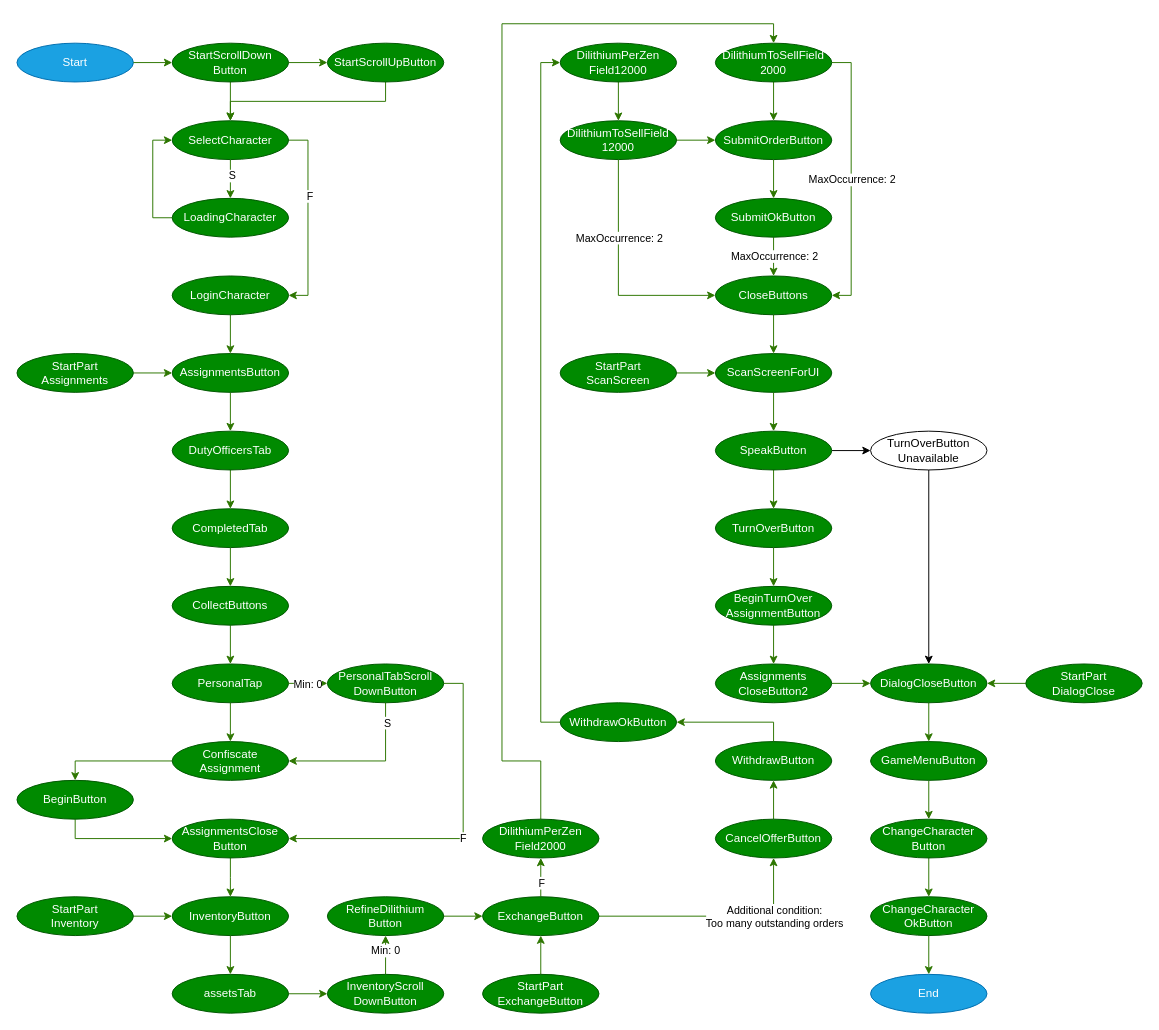
This is AutoFarmer.drawio from Tomaszon/AutoFarmer, a draw.io file, before an edit. Source tidied: cells renumbered, new cells numbered last; positions are measured from the earlier drawing's top-left corner, leaving out a move shared by most shapes. Both pictures are drawn from the tidied source at 97%, with x=0, y=0 at pixel (16, 23).
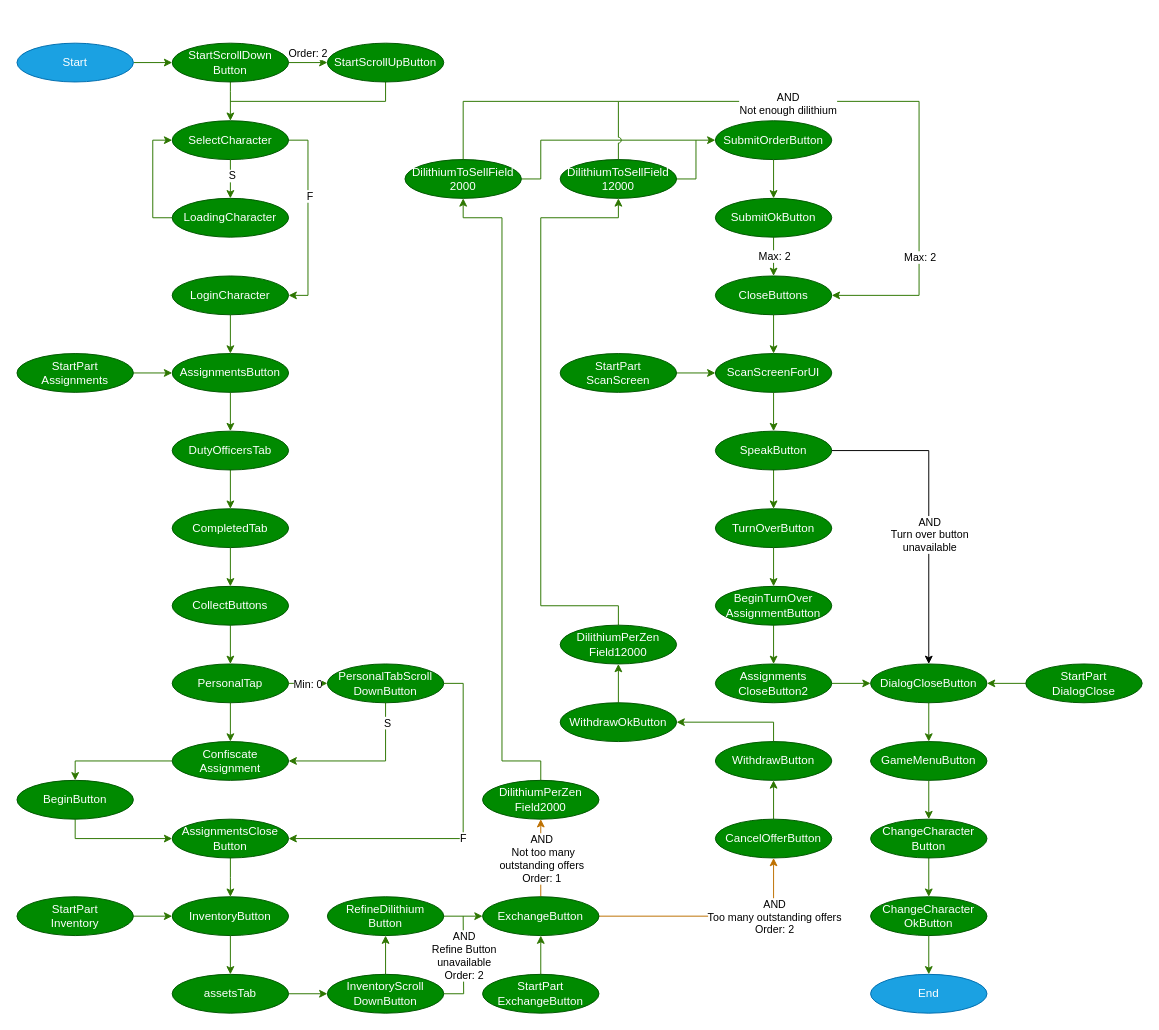
Above is the later version.

Unchanged cells that the change refers to:
```xml
<mxCell id="2" value="Start" style="ellipse;whiteSpace=wrap;html=1;fillColor=#1ba1e2;strokeColor=#006EAF;fontColor=#ffffff;strokeWidth=1;perimeterSpacing=0;" parent="1" vertex="1">
  <mxGeometry y="20" width="120" height="40" as="geometry" />
</mxCell>
<mxCell id="27" style="edgeStyle=orthogonalEdgeStyle;rounded=0;jettySize=auto;html=1;fillColor=#60a917;strokeColor=#2D7600;entryX=0.5;entryY=1;entryDx=0;entryDy=0;exitX=0.5;exitY=0;exitDx=0;exitDy=0;" parent="1" edge="1" source="29" target="31">
  <mxGeometry relative="1" as="geometry" />
</mxCell>
<mxCell id="29" value="InventoryScroll&lt;br&gt;DownButton" style="ellipse;whiteSpace=wrap;html=1;fillColor=#008a00;strokeColor=#005700;fontColor=#ffffff;" parent="1" vertex="1">
  <mxGeometry x="320" y="980" width="120" height="40" as="geometry" />
</mxCell>
<mxCell id="36" value="ExchangeButton" style="ellipse;whiteSpace=wrap;html=1;fillColor=#008a00;strokeColor=#005700;fontColor=#ffffff;" parent="1" vertex="1">
  <mxGeometry x="480" y="900" width="120" height="40" as="geometry" />
</mxCell>
<mxCell id="38" value="CancelOfferButton" style="ellipse;whiteSpace=wrap;html=1;fillColor=#008a00;strokeColor=#005700;fontColor=#ffffff;" parent="1" vertex="1">
  <mxGeometry x="720" y="820" width="120" height="40" as="geometry" />
</mxCell>
<mxCell id="42" value="WithdrawOkButton" style="ellipse;whiteSpace=wrap;html=1;fillColor=#008a00;strokeColor=#005700;fontColor=#ffffff;" parent="1" vertex="1">
  <mxGeometry x="560" y="700" width="120" height="40" as="geometry" />
</mxCell>
<mxCell id="49" value="SubmitOrderButton" style="ellipse;whiteSpace=wrap;html=1;fillColor=#008a00;strokeColor=#005700;fontColor=#ffffff;" parent="1" vertex="1">
  <mxGeometry x="720" y="100" width="120" height="40" as="geometry" />
</mxCell>
<mxCell id="50" style="edgeStyle=orthogonalEdgeStyle;rounded=0;jettySize=auto;html=1;exitX=0.5;exitY=1;exitDx=0;exitDy=0;fillColor=#60a917;strokeColor=#2D7600;" parent="1" edge="1" source="52" target="54">
  <mxGeometry relative="1" as="geometry" />
</mxCell>
<mxCell id="54" value="CloseButtons" style="ellipse;whiteSpace=wrap;html=1;fillColor=#008a00;strokeColor=#005700;fontColor=#ffffff;" parent="1" vertex="1">
  <mxGeometry x="720" y="260" width="120" height="40" as="geometry" />
</mxCell>
<mxCell id="59" value="SpeakButton" style="ellipse;whiteSpace=wrap;html=1;fillColor=#008a00;strokeColor=#005700;fontColor=#ffffff;" parent="1" vertex="1">
  <mxGeometry x="720" y="420" width="120" height="40" as="geometry" />
</mxCell>
<mxCell id="69" value="DialogCloseButton" style="ellipse;whiteSpace=wrap;html=1;fillColor=#008a00;strokeColor=#005700;fontColor=#ffffff;" parent="1" vertex="1">
  <mxGeometry x="880" y="660" width="120" height="40" as="geometry" />
</mxCell>
<mxCell id="77" style="edgeStyle=orthogonalEdgeStyle;rounded=0;jettySize=auto;html=1;fillColor=#60a917;strokeColor=#2D7600;" parent="1" edge="1" source="79" target="88">
  <mxGeometry relative="1" as="geometry" />
</mxCell>
<mxCell id="79" value="StartScrollDown&lt;br&gt;Button" style="ellipse;whiteSpace=wrap;html=1;fillColor=#008a00;strokeColor=#005700;fontColor=#ffffff;" parent="1" vertex="1">
  <mxGeometry x="160" y="20" width="120" height="40" as="geometry" />
</mxCell>
<mxCell id="84" value="SelectCharacter" style="ellipse;whiteSpace=wrap;html=1;fillColor=#008a00;strokeColor=#005700;fontColor=#ffffff;" parent="1" vertex="1">
  <mxGeometry x="160" y="100" width="120" height="40" as="geometry" />
</mxCell>
<mxCell id="88" value="StartScrollUpButton" style="ellipse;whiteSpace=wrap;html=1;fillColor=#008a00;strokeColor=#005700;fontColor=#ffffff;" parent="1" vertex="1">
  <mxGeometry x="320" y="20" width="120" height="40" as="geometry" />
</mxCell>
```

The edit, as a diff of the source:
```diff
@@
+    <mxCell id="89" style="edgeStyle=orthogonalEdgeStyle;rounded=0;jumpStyle=arc;jettySize=auto;html=1;entryX=0;entryY=0.5;entryDx=0;entryDy=0;endArrow=classic;endFill=1;fillColor=#60a917;strokeColor=#2D7600;" parent="1" edge="1" source="2" target="79">
+      <mxGeometry relative="1" as="geometry" />
+    </mxCell>
@@
-    <mxCell id="28" value="Min: 0" style="edgeLabel;html=1;align=center;verticalAlign=middle;" parent="27" vertex="1">
-      <mxGeometry x="0.25" y="1" relative="1" as="geometry" />
-    </mxCell>
+    <mxCell id="111" style="edgeStyle=orthogonalEdgeStyle;rounded=0;jettySize=auto;html=1;fillColor=#60a917;strokeColor=#2D7600;endArrow=none;endFill=0;" parent="1" edge="1" source="29">
+      <mxGeometry x="0.2" relative="1" as="geometry">
+        <mxPoint x="460" y="920" as="targetPoint" />
+      </mxGeometry>
+    </mxCell>
+    <mxCell id="112" value="AND&lt;br&gt;Refine Button&lt;br&gt;unavailable&lt;br&gt;Order: 2" style="edgeLabel;html=1;align=center;verticalAlign=middle;" parent="111" vertex="1">
+      <mxGeometry x="0.01" y="2" relative="1" as="geometry">
+        <mxPoint x="2" y="-9.2" as="offset" />
+      </mxGeometry>
+    </mxCell>
@@
-    <mxCell id="32" style="edgeStyle=orthogonalEdgeStyle;rounded=0;jettySize=auto;html=1;fillColor=#60a917;strokeColor=#2D7600;" parent="1" edge="1" source="36" target="44">
+    <mxCell id="32" style="edgeStyle=orthogonalEdgeStyle;rounded=0;jettySize=auto;html=1;fillColor=#f0a30a;strokeColor=#BD7000;" parent="1" edge="1" source="36" target="44">
       <mxGeometry relative="1" as="geometry" />
     </mxCell>
-    <mxCell id="33" value="F" style="edgeLabel;html=1;align=center;verticalAlign=middle;" parent="32" vertex="1">
-      <mxGeometry x="-0.25" relative="1" as="geometry" />
+    <mxCell id="33" value="AND&lt;br&gt;&amp;nbsp;Not too many &lt;br&gt;outstanding offers&lt;br&gt;Order: 1" style="edgeLabel;html=1;align=center;verticalAlign=middle;" parent="32" vertex="1">
+      <mxGeometry x="-0.25" relative="1" as="geometry">
+        <mxPoint y="-10" as="offset" />
+      </mxGeometry>
     </mxCell>
-    <mxCell id="34" style="edgeStyle=orthogonalEdgeStyle;rounded=0;jettySize=auto;html=1;fillColor=#60a917;strokeColor=#2D7600;" parent="1" edge="1" source="36" target="38">
+    <mxCell id="34" style="edgeStyle=orthogonalEdgeStyle;rounded=0;jettySize=auto;html=1;fillColor=#f0a30a;strokeColor=#BD7000;" parent="1" edge="1" source="36" target="38">
       <mxGeometry relative="1" as="geometry" />
     </mxCell>
-    <mxCell id="35" value="Additional condition:&lt;br&gt;Too many outstanding&amp;nbsp;orders" style="edgeLabel;html=1;align=center;verticalAlign=middle;" parent="34" vertex="1">
+    <mxCell id="35" value="AND&lt;br&gt;Too many outstanding&amp;nbsp;offers&lt;br&gt;Order: 2" style="edgeLabel;html=1;align=center;verticalAlign=middle;" parent="34" vertex="1">
       <mxGeometry x="-0.28" y="-1" relative="1" as="geometry">
         <mxPoint x="94.3" y="-1" as="offset" />
       </mxGeometry>
     </mxCell>
@@
-    <mxCell id="41" style="edgeStyle=orthogonalEdgeStyle;rounded=0;jettySize=auto;html=1;exitX=0;exitY=0.5;exitDx=0;exitDy=0;fillColor=#60a917;strokeColor=#2D7600;entryX=0;entryY=0.5;entryDx=0;entryDy=0;" parent="1" edge="1" source="42" target="108">
-      <mxGeometry relative="1" as="geometry">
-        <Array as="points">
-          <mxPoint x="540" y="720" />
-          <mxPoint x="540" y="40" />
-        </Array>
-      </mxGeometry>
+    <mxCell id="41" style="edgeStyle=orthogonalEdgeStyle;rounded=0;jettySize=auto;html=1;exitX=0.5;exitY=0;exitDx=0;exitDy=0;fillColor=#60a917;strokeColor=#2D7600;entryX=0.5;entryY=1;entryDx=0;entryDy=0;" parent="1" edge="1" source="42" target="108">
+      <mxGeometry relative="1" as="geometry" />
     </mxCell>
@@
-    <mxCell id="43" style="edgeStyle=orthogonalEdgeStyle;rounded=0;jettySize=auto;html=1;exitX=0.5;exitY=0;exitDx=0;exitDy=0;fillColor=#60a917;strokeColor=#2D7600;" parent="1" edge="1" source="44" target="47">
+    <mxCell id="43" style="edgeStyle=orthogonalEdgeStyle;rounded=0;jettySize=auto;html=1;exitX=0.5;exitY=0;exitDx=0;exitDy=0;fillColor=#60a917;strokeColor=#2D7600;entryX=0.5;entryY=1;entryDx=0;entryDy=0;" parent="1" edge="1" source="44" target="47">
       <mxGeometry relative="1" as="geometry">
         <Array as="points">
           <mxPoint x="540" y="760" />
           <mxPoint x="500" y="760" />
-          <mxPoint x="500" />
-          <mxPoint x="780" />
+          <mxPoint x="500" y="200" />
+          <mxPoint x="460" y="200" />
         </Array>
       </mxGeometry>
     </mxCell>
     <mxCell id="44" value="DilithiumPerZen&lt;br&gt;Field2000" style="ellipse;whiteSpace=wrap;html=1;fillColor=#008a00;strokeColor=#005700;fontColor=#ffffff;" parent="1" vertex="1">
-      <mxGeometry x="480" y="820" width="120" height="40" as="geometry" />
+      <mxGeometry x="480" y="780" width="120" height="40" as="geometry" />
     </mxCell>
-    <mxCell id="45" style="edgeStyle=orthogonalEdgeStyle;rounded=0;jettySize=auto;html=1;exitX=0.5;exitY=1;exitDx=0;exitDy=0;entryX=0.5;entryY=0;entryDx=0;entryDy=0;fillColor=#60a917;strokeColor=#2D7600;" parent="1" edge="1" source="47" target="49">
-      <mxGeometry relative="1" as="geometry" />
+    <mxCell id="45" style="edgeStyle=orthogonalEdgeStyle;rounded=0;jettySize=auto;html=1;exitX=1;exitY=0.5;exitDx=0;exitDy=0;entryX=0;entryY=0.5;entryDx=0;entryDy=0;fillColor=#60a917;strokeColor=#2D7600;jumpStyle=arc;" parent="1" edge="1" source="47" target="49">
+      <mxGeometry relative="1" as="geometry">
+        <Array as="points">
+          <mxPoint x="540" y="160" />
+          <mxPoint x="540" y="120" />
+        </Array>
+      </mxGeometry>
     </mxCell>
-    <mxCell id="46" style="edgeStyle=orthogonalEdgeStyle;rounded=0;jettySize=auto;html=1;exitX=1;exitY=0.5;exitDx=0;exitDy=0;entryX=1;entryY=0.5;entryDx=0;entryDy=0;fillColor=#60a917;strokeColor=#2D7600;" parent="1" edge="1" source="47" target="54">
-      <mxGeometry relative="1" as="geometry" />
+    <mxCell id="46" style="edgeStyle=orthogonalEdgeStyle;rounded=0;jettySize=auto;html=1;entryX=1;entryY=0.5;entryDx=0;entryDy=0;exitX=0.5;exitY=0;exitDx=0;exitDy=0;fillColor=#60a917;strokeColor=#2D7600;jumpStyle=arc;" parent="1" edge="1" source="98" target="54">
+      <mxGeometry relative="1" as="geometry">
+        <Array as="points">
+          <mxPoint x="620" y="80" />
+          <mxPoint x="930" y="80" />
+          <mxPoint x="930" y="280" />
+        </Array>
+      </mxGeometry>
     </mxCell>
+    <mxCell id="113" value="AND&lt;br&gt;Not enough dilithium" style="edgeLabel;html=1;align=center;verticalAlign=middle;" parent="46" vertex="1">
+      <mxGeometry x="-0.29" y="-2" relative="1" as="geometry" />
+    </mxCell>
+    <mxCell id="114" style="edgeStyle=orthogonalEdgeStyle;rounded=0;jumpStyle=arc;jettySize=auto;html=1;exitX=0.5;exitY=0;exitDx=0;exitDy=0;endArrow=none;endFill=0;fillColor=#60a917;strokeColor=#2D7600;" parent="1" edge="1" source="47">
+      <mxGeometry relative="1" as="geometry">
+        <mxPoint x="620" y="80" as="targetPoint" />
+        <Array as="points">
+          <mxPoint x="460" y="80" />
+        </Array>
+      </mxGeometry>
+    </mxCell>
     <mxCell id="47" value="DilithiumToSellField&lt;br&gt;2000" style="ellipse;whiteSpace=wrap;html=1;fillColor=#008a00;strokeColor=#005700;fontColor=#ffffff;" parent="1" vertex="1">
-      <mxGeometry x="720" y="20" width="120" height="40" as="geometry" />
+      <mxGeometry x="400" y="140" width="120" height="40" as="geometry" />
     </mxCell>
@@
-    <mxCell id="51" value="MaxOccurrence: 2" style="edgeLabel;html=1;align=center;verticalAlign=middle;" parent="50" vertex="1">
+    <mxCell id="51" value="Max: 2" style="edgeLabel;html=1;align=center;verticalAlign=middle;" parent="50" vertex="1">
       <mxGeometry x="0.2" relative="1" as="geometry">
         <mxPoint y="-4.2" as="offset" />
       </mxGeometry>
     </mxCell>
@@
-    <mxCell id="58" style="edgeStyle=orthogonalEdgeStyle;rounded=0;jettySize=auto;html=1;" parent="1" edge="1" source="59" target="61">
-      <mxGeometry relative="1" as="geometry" />
-    </mxCell>
@@
-    <mxCell id="60" style="edgeStyle=orthogonalEdgeStyle;rounded=0;jettySize=auto;html=1;entryX=0.5;entryY=0;entryDx=0;entryDy=0;" parent="1" edge="1" source="61" target="69">
+    <mxCell id="60" style="edgeStyle=orthogonalEdgeStyle;rounded=0;jettySize=auto;html=1;entryX=0.5;entryY=0;entryDx=0;entryDy=0;exitX=1;exitY=0.5;exitDx=0;exitDy=0;" parent="1" edge="1" source="59" target="69">
       <mxGeometry relative="1" as="geometry" />
     </mxCell>
-    <mxCell id="61" value="TurnOverButton&lt;br&gt;Unavailable" style="ellipse;whiteSpace=wrap;html=1;" parent="1" vertex="1">
-      <mxGeometry x="880" y="420" width="120" height="40" as="geometry" />
-    </mxCell>
+    <mxCell id="115" value="AND&lt;br&gt;Turn over button&lt;br&gt;unavailable" style="edgeLabel;html=1;align=center;verticalAlign=middle;" parent="60" vertex="1">
+      <mxGeometry x="0.16" relative="1" as="geometry" />
+    </mxCell>
@@
+    <mxCell id="116" value="Order: 2" style="edgeLabel;html=1;align=center;verticalAlign=middle;" parent="77" vertex="1">
+      <mxGeometry x="0.26" y="-1" relative="1" as="geometry">
+        <mxPoint x="-5.3" y="-11" as="offset" />
+      </mxGeometry>
+    </mxCell>
-    <mxCell id="78" style="edgeStyle=orthogonalEdgeStyle;rounded=0;jettySize=auto;html=1;fillColor=#60a917;strokeColor=#2D7600;" parent="1" edge="1" source="79" target="84">
+    <mxCell id="78" style="edgeStyle=orthogonalEdgeStyle;rounded=0;jettySize=auto;html=1;fillColor=#60a917;strokeColor=#2D7600;entryX=0.5;entryY=0;entryDx=0;entryDy=0;exitX=0.5;exitY=1;exitDx=0;exitDy=0;" parent="1" edge="1" source="79" target="84">
       <mxGeometry relative="1" as="geometry">
         <Array as="points">
-          <mxPoint x="220" y="120" />
+          <mxPoint x="220" y="70" />
+          <mxPoint x="220" y="70" />
         </Array>
       </mxGeometry>
     </mxCell>
@@
-    <mxCell id="87" style="edgeStyle=orthogonalEdgeStyle;rounded=0;jettySize=auto;html=1;exitX=0.5;exitY=1;exitDx=0;exitDy=0;fillColor=#60a917;strokeColor=#2D7600;" parent="1" edge="1" source="88" target="84">
-      <mxGeometry relative="1" as="geometry" />
+    <mxCell id="87" style="edgeStyle=orthogonalEdgeStyle;rounded=0;jettySize=auto;html=1;exitX=0.5;exitY=1;exitDx=0;exitDy=0;fillColor=#60a917;strokeColor=#2D7600;endArrow=none;endFill=0;" parent="1" edge="1" source="88">
+      <mxGeometry relative="1" as="geometry">
+        <mxPoint x="220" y="80" as="targetPoint" />
+        <Array as="points">
+          <mxPoint x="380" y="80" />
+        </Array>
+      </mxGeometry>
     </mxCell>
@@
-    <mxCell id="89" style="endArrow=classic;html=1;entryX=0;entryY=0.5;entryDx=0;entryDy=0;exitX=1;exitY=0.5;exitDx=0;exitDy=0;fillColor=#60a917;strokeColor=#2D7600;" parent="1" edge="1" source="2" target="79">
-      <mxGeometry relative="1" as="geometry" />
-    </mxCell>
@@
-    <mxCell id="96" style="edgeStyle=orthogonalEdgeStyle;rounded=0;jettySize=auto;html=1;exitX=1;exitY=0.5;exitDx=0;exitDy=0;entryX=0;entryY=0.5;entryDx=0;entryDy=0;fillColor=#60a917;strokeColor=#2D7600;" parent="1" edge="1" source="98" target="49">
-      <mxGeometry relative="1" as="geometry" />
-    </mxCell>
-    <mxCell id="97" style="edgeStyle=orthogonalEdgeStyle;rounded=0;jettySize=auto;html=1;exitX=0.5;exitY=1;exitDx=0;exitDy=0;entryX=0;entryY=0.5;entryDx=0;entryDy=0;fillColor=#60a917;strokeColor=#2D7600;" parent="1" edge="1" source="98" target="54">
-      <mxGeometry relative="1" as="geometry" />
-    </mxCell>
+    <mxCell id="117" style="edgeStyle=orthogonalEdgeStyle;rounded=0;jumpStyle=arc;jettySize=auto;html=1;exitX=1;exitY=0.5;exitDx=0;exitDy=0;endArrow=none;endFill=0;fillColor=#60a917;strokeColor=#2D7600;" parent="1" edge="1" source="98">
+      <mxGeometry relative="1" as="geometry">
+        <mxPoint x="700" y="120" as="targetPoint" />
+        <Array as="points">
+          <mxPoint x="700" y="160" />
+        </Array>
+      </mxGeometry>
+    </mxCell>
     <mxCell id="98" value="DilithiumToSellField&lt;br&gt;12000" style="ellipse;whiteSpace=wrap;html=1;fillColor=#008a00;strokeColor=#005700;fontColor=#ffffff;" parent="1" vertex="1">
-      <mxGeometry x="560" y="100" width="120" height="40" as="geometry" />
+      <mxGeometry x="560" y="140" width="120" height="40" as="geometry" />
     </mxCell>
@@
-    <mxCell id="107" style="edgeStyle=orthogonalEdgeStyle;rounded=0;jettySize=auto;html=1;exitX=0.5;exitY=1;exitDx=0;exitDy=0;entryX=0.5;entryY=0;entryDx=0;entryDy=0;fillColor=#60a917;strokeColor=#2D7600;" parent="1" edge="1" source="108" target="98">
-      <mxGeometry relative="1" as="geometry" />
+    <mxCell id="107" style="edgeStyle=orthogonalEdgeStyle;rounded=0;jettySize=auto;html=1;exitX=0.5;exitY=0;exitDx=0;exitDy=0;fillColor=#60a917;strokeColor=#2D7600;entryX=0.5;entryY=1;entryDx=0;entryDy=0;" parent="1" edge="1" source="108" target="98">
+      <mxGeometry relative="1" as="geometry">
+        <Array as="points">
+          <mxPoint x="620" y="600" />
+          <mxPoint x="540" y="600" />
+          <mxPoint x="540" y="200" />
+          <mxPoint x="620" y="200" />
+        </Array>
+      </mxGeometry>
     </mxCell>
     <mxCell id="108" value="DilithiumPerZen&lt;br&gt;Field12000" style="ellipse;whiteSpace=wrap;html=1;fillColor=#008a00;strokeColor=#005700;fontColor=#ffffff;" parent="1" vertex="1">
-      <mxGeometry x="560" y="20" width="120" height="40" as="geometry" />
+      <mxGeometry x="560" y="620" width="120" height="40" as="geometry" />
     </mxCell>
-    <mxCell id="109" value="MaxOccurrence: 2" style="edgeLabel;html=1;align=center;verticalAlign=middle;" parent="1" vertex="1">
-      <mxGeometry x="620" y="220" as="geometry" />
-    </mxCell>
-    <mxCell id="110" value="MaxOccurrence: 2" style="edgeLabel;html=1;align=center;verticalAlign=middle;" parent="1" vertex="1">
-      <mxGeometry x="860" y="160" as="geometry" />
+    <mxCell id="110" value="Max: 2" style="edgeLabel;html=1;align=center;verticalAlign=middle;" parent="1" vertex="1">
+      <mxGeometry x="930" y="240" as="geometry" />
     </mxCell>
```
